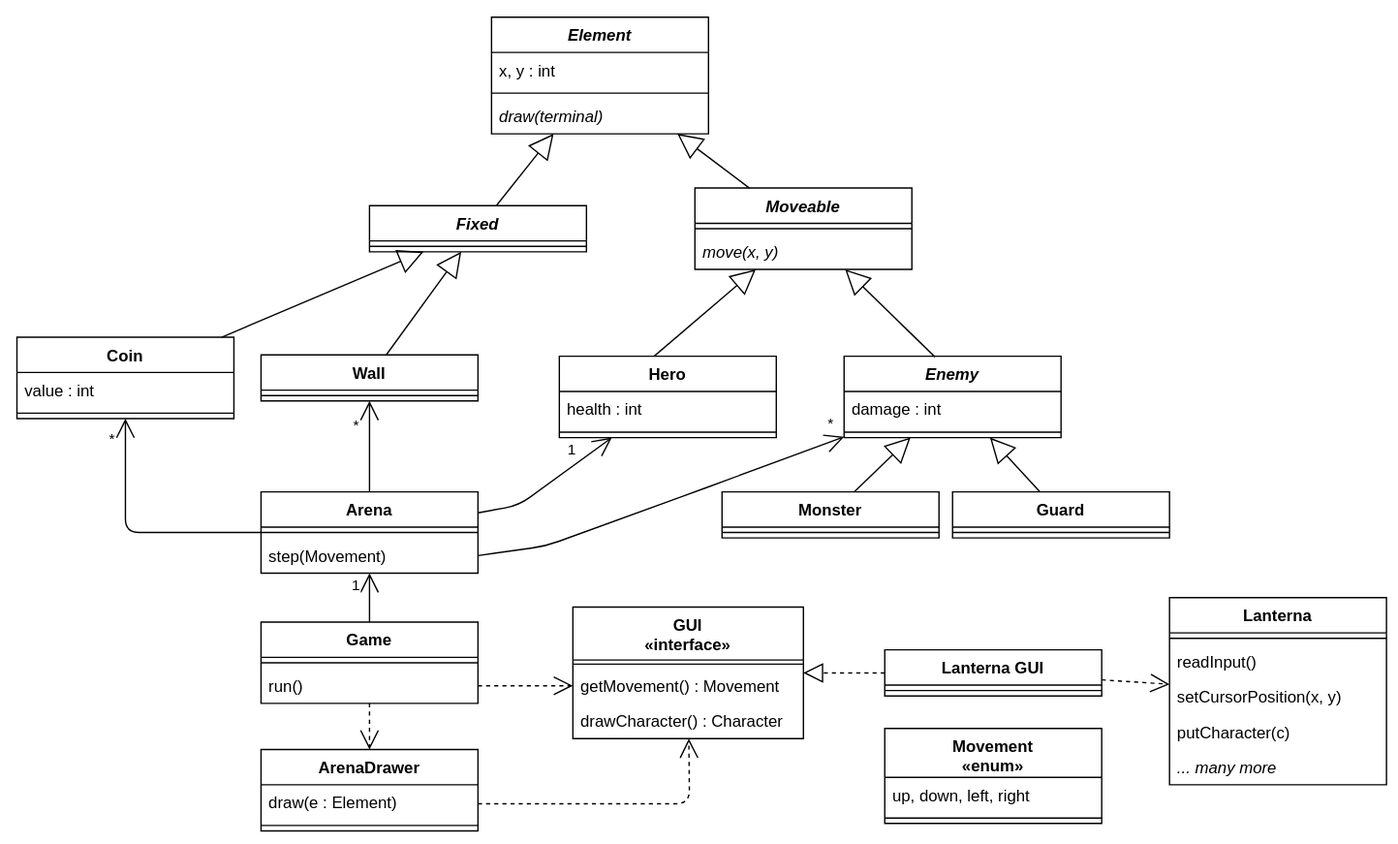
Before: assets/solid/solid-design.svg, a diagram exported from draw.io (arestivo/slides). Source tidied: cells renumbered, new cells last; positions are measured from the earlier drawing's top-left corner, leaving out a move shared by most shapes.
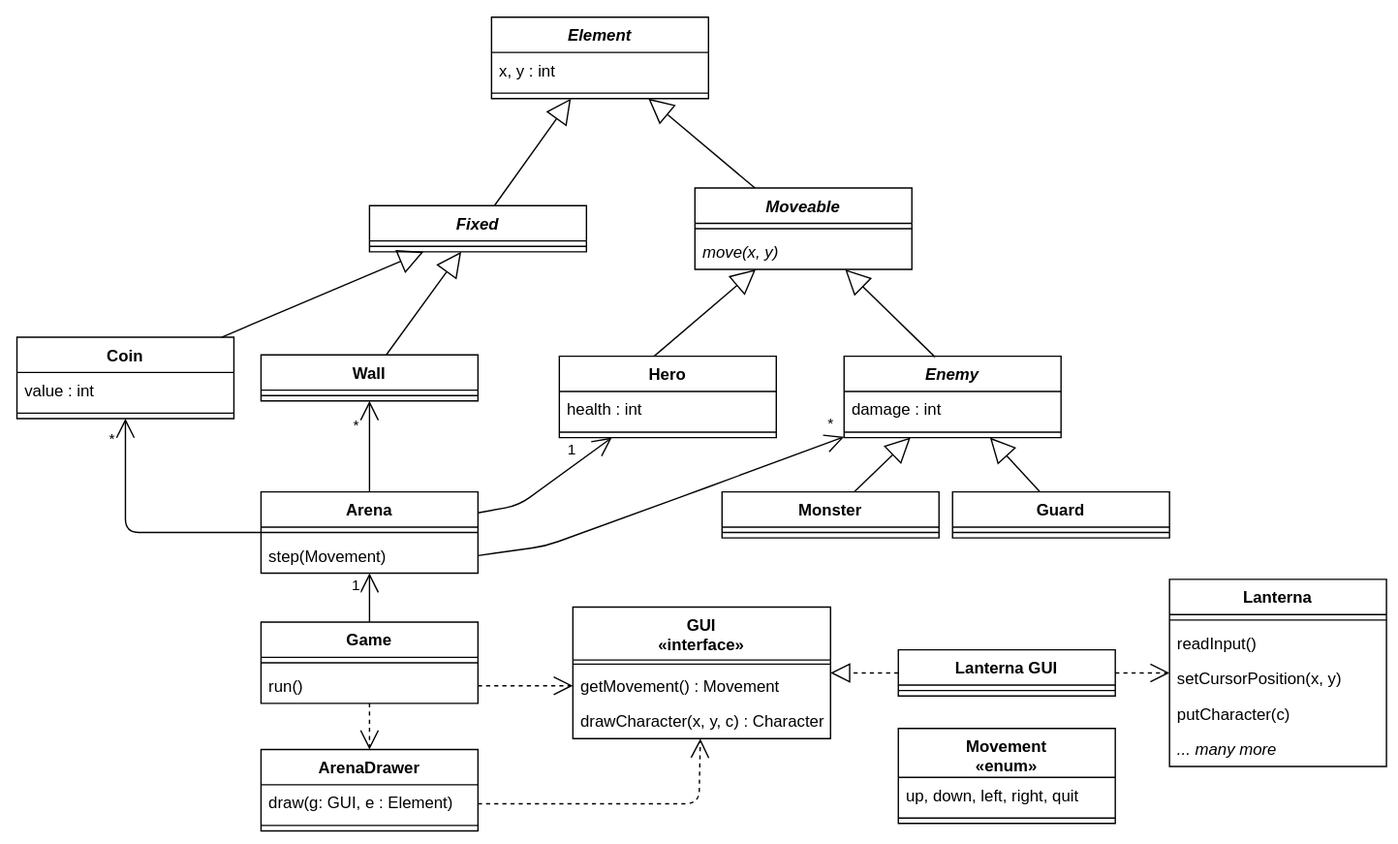
The same file after the commit.

Commit message:
Updated SOLID design

The edit, as a diff of the source:
```diff
@@ -35,3 +35,3 @@
     <mxCell id="12" value="Lanterna" style="swimlane;fontStyle=1;align=center;verticalAlign=top;horizontal=1;startSize=26;" parent="1" vertex="1">
-      <mxGeometry x="850" y="428" width="160" height="138" as="geometry" />
+      <mxGeometry x="850" y="414.5" width="160" height="138" as="geometry" />
     </mxCell>
@@ -77,3 +77,3 @@
     <mxCell id="26" value="Element" style="swimlane;fontStyle=3;align=center;verticalAlign=top;horizontal=1;startSize=26;" parent="1" vertex="1">
-      <mxGeometry x="350" width="160" height="86" as="geometry" />
+      <mxGeometry x="350" width="160" height="60" as="geometry" />
     </mxCell>
@@ -85,83 +85,87 @@
     </mxCell>
-    <mxCell id="29" value="draw(terminal)&#10;" style="text;strokeColor=none;fillColor=none;align=left;verticalAlign=top;spacingLeft=4;spacingRight=4;overflow=hidden;fontStyle=2;" parent="26" vertex="1">
-      <mxGeometry y="60" width="160" height="26" as="geometry" />
+    <mxCell id="29" style="endArrow=block;endSize=16;endFill=0;html=1;strokeColor=#000000;fontColor=#CC0000;" parent="1" edge="1" source="23" target="26">
+      <mxGeometry relative="1" as="geometry" />
     </mxCell>
-    <mxCell id="30" style="endArrow=block;endSize=16;endFill=0;html=1;strokeColor=#000000;fontColor=#CC0000;" parent="1" edge="1" source="23" target="26">
-      <mxGeometry relative="1" as="geometry" />
+    <mxCell id="30" value="Enemy" style="swimlane;fontStyle=3;align=center;verticalAlign=top;horizontal=1;startSize=26;" parent="1" vertex="1">
+      <mxGeometry x="610" y="250" width="160" height="60" as="geometry" />
     </mxCell>
-    <mxCell id="31" value="Enemy" style="swimlane;fontStyle=3;align=center;verticalAlign=top;horizontal=1;startSize=26;" parent="1" vertex="1">
-      <mxGeometry x="610" y="250" width="160" height="60" as="geometry" />
+    <mxCell id="31" value="damage : int" style="text;strokeColor=none;fillColor=none;align=left;verticalAlign=top;spacingLeft=4;spacingRight=4;overflow=hidden;points=[[0,0.5],[1,0.5]];portConstraint=eastwest;" parent="30" vertex="1">
+      <mxGeometry y="26" width="160" height="26" as="geometry" />
     </mxCell>
-    <mxCell id="32" value="damage : int" style="text;strokeColor=none;fillColor=none;align=left;verticalAlign=top;spacingLeft=4;spacingRight=4;overflow=hidden;" parent="31" vertex="1">
-      <mxGeometry y="26" width="160" height="26" as="geometry" />
+    <mxCell id="32" style="line;strokeWidth=1;fillColor=none;align=left;verticalAlign=middle;spacingTop=-1;spacingLeft=3;spacingRight=3;labelPosition=right;" parent="30" vertex="1">
+      <mxGeometry y="52" width="160" height="8" as="geometry" />
     </mxCell>
-    <mxCell id="33" style="line;strokeWidth=1;fillColor=none;align=left;verticalAlign=middle;spacingTop=-1;spacingLeft=3;spacingRight=3;labelPosition=right;" parent="31" vertex="1">
-      <mxGeometry y="52" width="160" height="8" as="geometry" />
+    <mxCell id="33" style="endArrow=block;endSize=16;endFill=0;html=1;strokeColor=#000000;fontColor=#CC0000;" parent="1" edge="1" target="23">
+      <mxGeometry relative="1" as="geometry">
+        <mxPoint x="469.9" y="250" as="sourcePoint" />
+      </mxGeometry>
     </mxCell>
-    <mxCell id="34" style="endArrow=block;endSize=16;endFill=0;html=1;strokeColor=#000000;fontColor=#CC0000;" parent="1" edge="1" target="23">
-      <mxGeometry relative="1" as="geometry">
-        <mxPoint x="469.9" y="250" as="sourcePoint" />
-      </mxGeometry>
+    <mxCell id="34" style="endArrow=block;endSize=16;endFill=0;html=1;strokeColor=#000000;fontColor=#CC0000;exitX=0.419;exitY=0.009;exitDx=0;exitDy=0;exitPerimeter=0;" parent="1" edge="1" source="30" target="23">
+      <mxGeometry relative="1" as="geometry" />
     </mxCell>
-    <mxCell id="35" style="endArrow=block;endSize=16;endFill=0;html=1;strokeColor=#000000;fontColor=#CC0000;exitX=0.419;exitY=0.009;exitDx=0;exitDy=0;exitPerimeter=0;" parent="1" edge="1" source="31" target="23">
+    <mxCell id="35" style="endArrow=block;endSize=16;endFill=0;html=1;strokeColor=#000000;fontColor=#CC0000;" parent="1" edge="1" source="8" target="30">
       <mxGeometry relative="1" as="geometry" />
     </mxCell>
-    <mxCell id="36" style="endArrow=block;endSize=16;endFill=0;html=1;strokeColor=#000000;fontColor=#CC0000;" parent="1" edge="1" source="8" target="31">
+    <mxCell id="36" style="endArrow=block;endSize=16;endFill=0;html=1;strokeColor=#000000;fontColor=#CC0000;" parent="1" edge="1" source="10" target="30">
       <mxGeometry relative="1" as="geometry" />
     </mxCell>
-    <mxCell id="37" style="endArrow=block;endSize=16;endFill=0;html=1;strokeColor=#000000;fontColor=#CC0000;" parent="1" edge="1" source="10" target="31">
-      <mxGeometry relative="1" as="geometry" />
+    <mxCell id="37" value="Fixed" style="swimlane;fontStyle=3;align=center;verticalAlign=top;horizontal=1;startSize=26;" parent="1" vertex="1">
+      <mxGeometry x="260" y="139" width="160" height="34" as="geometry" />
     </mxCell>
-    <mxCell id="38" value="Fixed" style="swimlane;fontStyle=3;align=center;verticalAlign=top;horizontal=1;startSize=26;" parent="1" vertex="1">
-      <mxGeometry x="260" y="139" width="160" height="34" as="geometry" />
+    <mxCell id="38" style="line;strokeWidth=1;fillColor=none;align=left;verticalAlign=middle;spacingTop=-1;spacingLeft=3;spacingRight=3;labelPosition=right;points=[];portConstraint=eastwest;" parent="37" vertex="1">
+      <mxGeometry y="26" width="160" height="8" as="geometry" />
     </mxCell>
-    <mxCell id="39" style="line;strokeWidth=1;fillColor=none;align=left;verticalAlign=middle;spacingTop=-1;spacingLeft=3;spacingRight=3;labelPosition=right;" parent="38" vertex="1">
-      <mxGeometry y="26" width="160" height="8" as="geometry" />
+    <mxCell id="39" style="endArrow=block;endSize=16;endFill=0;html=1;strokeColor=#000000;fontColor=#CC0000;" parent="1" edge="1" source="20" target="37">
+      <mxGeometry relative="1" as="geometry" />
     </mxCell>
-    <mxCell id="40" style="endArrow=block;endSize=16;endFill=0;html=1;strokeColor=#000000;fontColor=#CC0000;" parent="1" edge="1" source="20" target="38">
+    <mxCell id="40" style="endArrow=block;endSize=16;endFill=0;html=1;strokeColor=#000000;fontColor=#CC0000;" parent="1" edge="1" source="18" target="37">
       <mxGeometry relative="1" as="geometry" />
     </mxCell>
-    <mxCell id="41" style="endArrow=block;endSize=16;endFill=0;html=1;strokeColor=#000000;fontColor=#CC0000;" parent="1" edge="1" source="18" target="38">
+    <mxCell id="41" style="endArrow=block;endSize=16;endFill=0;html=1;strokeColor=#000000;fontColor=#CC0000;" parent="1" edge="1" source="37" target="26">
       <mxGeometry relative="1" as="geometry" />
     </mxCell>
-    <mxCell id="42" style="endArrow=block;endSize=16;endFill=0;html=1;strokeColor=#000000;fontColor=#CC0000;" parent="1" edge="1" source="38" target="26">
-      <mxGeometry relative="1" as="geometry" />
+    <mxCell id="42" value="Hero" style="swimlane;fontStyle=1;align=center;verticalAlign=top;horizontal=1;startSize=26;" parent="1" vertex="1">
+      <mxGeometry x="400" y="250" width="160" height="60" as="geometry" />
     </mxCell>
-    <mxCell id="43" value="Hero" style="swimlane;fontStyle=1;align=center;verticalAlign=top;horizontal=1;startSize=26;" parent="1" vertex="1">
-      <mxGeometry x="400" y="250" width="160" height="60" as="geometry" />
+    <mxCell id="43" value="health : int" style="text;strokeColor=none;fillColor=none;align=left;verticalAlign=top;spacingLeft=4;spacingRight=4;overflow=hidden;points=[[0,0.5],[1,0.5]];portConstraint=eastwest;" parent="42" vertex="1">
+      <mxGeometry y="26" width="160" height="26" as="geometry" />
     </mxCell>
-    <mxCell id="44" value="health : int" style="text;strokeColor=none;fillColor=none;align=left;verticalAlign=top;spacingLeft=4;spacingRight=4;overflow=hidden;" parent="43" vertex="1">
-      <mxGeometry y="26" width="160" height="26" as="geometry" />
+    <mxCell id="44" style="line;strokeWidth=1;fillColor=none;align=left;verticalAlign=middle;spacingTop=-1;spacingLeft=3;spacingRight=3;labelPosition=right;" parent="42" vertex="1">
+      <mxGeometry y="52" width="160" height="8" as="geometry" />
     </mxCell>
-    <mxCell id="45" style="line;strokeWidth=1;fillColor=none;align=left;verticalAlign=middle;spacingTop=-1;spacingLeft=3;spacingRight=3;labelPosition=right;points=[];portConstraint=eastwest;" parent="43" vertex="1">
-      <mxGeometry y="52" width="160" height="8" as="geometry" />
+    <mxCell id="45" value="GUI&#10;«interface»" style="swimlane;fontStyle=1;align=center;verticalAlign=top;horizontal=1;startSize=39;" parent="1" vertex="1">
+      <mxGeometry x="410" y="435" width="190" height="97" as="geometry" />
     </mxCell>
-    <mxCell id="46" value="GUI&#10;«interface»" style="swimlane;fontStyle=1;align=center;verticalAlign=top;horizontal=1;startSize=39;" parent="1" vertex="1">
-      <mxGeometry x="410" y="435" width="170" height="97" as="geometry" />
+    <mxCell id="46" style="line;strokeWidth=1;fillColor=none;align=left;verticalAlign=middle;spacingTop=-1;spacingLeft=3;spacingRight=3;labelPosition=right;points=[];portConstraint=eastwest;" parent="45" vertex="1">
+      <mxGeometry y="39" width="190" height="6" as="geometry" />
     </mxCell>
-    <mxCell id="47" style="line;strokeWidth=1;fillColor=none;align=left;verticalAlign=middle;spacingTop=-1;spacingLeft=3;spacingRight=3;labelPosition=right;points=[];portConstraint=eastwest;" parent="46" vertex="1">
-      <mxGeometry y="39" width="170" height="6" as="geometry" />
+    <mxCell id="47" value="getMovement() : Movement" style="text;strokeColor=none;fillColor=none;align=left;verticalAlign=top;spacingLeft=4;spacingRight=4;overflow=hidden;points=[[0,0.5],[1,0.5]];portConstraint=eastwest;" parent="45" vertex="1">
+      <mxGeometry y="45" width="190" height="26" as="geometry" />
     </mxCell>
-    <mxCell id="48" value="getMovement() : Movement" style="text;strokeColor=none;fillColor=none;align=left;verticalAlign=top;spacingLeft=4;spacingRight=4;overflow=hidden;points=[[0,0.5],[1,0.5]];portConstraint=eastwest;" parent="46" vertex="1">
-      <mxGeometry y="45" width="170" height="26" as="geometry" />
+    <mxCell id="48" value="drawCharacter(x, y, c) : Character" style="text;strokeColor=none;fillColor=none;align=left;verticalAlign=top;spacingLeft=4;spacingRight=4;overflow=hidden;points=[[0,0.5],[1,0.5]];portConstraint=eastwest;" parent="45" vertex="1">
+      <mxGeometry y="71" width="190" height="26" as="geometry" />
     </mxCell>
-    <mxCell id="49" value="drawCharacter() : Character" style="text;strokeColor=none;fillColor=none;align=left;verticalAlign=top;spacingLeft=4;spacingRight=4;overflow=hidden;points=[[0,0.5],[1,0.5]];portConstraint=eastwest;" parent="46" vertex="1">
-      <mxGeometry y="71" width="170" height="26" as="geometry" />
+    <mxCell id="49" value="Lanterna GUI" style="swimlane;fontStyle=1;align=center;verticalAlign=top;horizontal=1;startSize=26;" parent="1" vertex="1">
+      <mxGeometry x="650" y="466.5" width="160" height="34" as="geometry" />
     </mxCell>
-    <mxCell id="50" value="Lanterna GUI" style="swimlane;fontStyle=1;align=center;verticalAlign=top;horizontal=1;startSize=26;" parent="1" vertex="1">
-      <mxGeometry x="640" y="466.5" width="160" height="34" as="geometry" />
+    <mxCell id="50" style="line;strokeWidth=1;fillColor=none;align=left;verticalAlign=middle;spacingTop=-1;spacingLeft=3;spacingRight=3;labelPosition=right;points=[];portConstraint=eastwest;" parent="49" vertex="1">
+      <mxGeometry y="26" width="160" height="8" as="geometry" />
     </mxCell>
-    <mxCell id="51" style="line;strokeWidth=1;fillColor=none;align=left;verticalAlign=middle;spacingTop=-1;spacingLeft=3;spacingRight=3;labelPosition=right;" parent="50" vertex="1">
-      <mxGeometry y="26" width="160" height="8" as="geometry" />
+    <mxCell id="51" style="endArrow=block;dashed=1;endFill=0;endSize=12;html=1;strokeColor=#000000;fontColor=#000000;" parent="1" edge="1" source="49" target="45">
+      <mxGeometry relative="1" as="geometry" />
     </mxCell>
-    <mxCell id="52" style="endArrow=block;dashed=1;endFill=0;endSize=12;html=1;strokeColor=#000000;fontColor=#000000;" parent="1" edge="1" source="50" target="46">
+    <mxCell id="52" style="endArrow=open;endSize=12;dashed=1;html=1;strokeColor=#000000;fontColor=#000000;" parent="1" edge="1" source="49" target="12">
       <mxGeometry relative="1" as="geometry" />
     </mxCell>
-    <mxCell id="53" style="endArrow=open;endSize=12;dashed=1;html=1;strokeColor=#000000;fontColor=#000000;" parent="1" edge="1" source="50" target="12">
-      <mxGeometry relative="1" as="geometry" />
+    <mxCell id="53" value="*" style="endArrow=open;endFill=1;endSize=12;html=1;" parent="1" edge="1" source="2" target="20">
+      <mxGeometry x="0.85" y="10" relative="1" as="geometry">
+        <Array as="points">
+          <mxPoint x="80" y="380" />
+        </Array>
+      </mxGeometry>
     </mxCell>
-    <mxCell id="54" value="*" style="endArrow=open;endFill=1;endSize=12;html=1;" parent="1" edge="1" source="2" target="20">
-      <mxGeometry x="0.85" y="10" relative="1" as="geometry">
+    <mxCell id="54" value="*" style="endArrow=open;endFill=1;endSize=12;html=1;" parent="1" edge="1" source="2" target="18">
+      <mxGeometry x="0.49" y="10" relative="1" as="geometry">
         <Array as="points">
-          <mxPoint x="80" y="380" />
+          <mxPoint x="260" y="330" />
         </Array>
@@ -169,6 +173,6 @@
     </mxCell>
-    <mxCell id="55" value="*" style="endArrow=open;endFill=1;endSize=12;html=1;" parent="1" edge="1" source="2" target="18">
+    <mxCell id="55" value="1" style="endArrow=open;endFill=1;endSize=12;html=1;" parent="1" edge="1" source="2" target="42">
       <mxGeometry x="0.49" y="10" relative="1" as="geometry">
         <Array as="points">
-          <mxPoint x="260" y="330" />
+          <mxPoint x="370" y="360" />
         </Array>
@@ -176,6 +180,7 @@
     </mxCell>
-    <mxCell id="56" value="1" style="endArrow=open;endFill=1;endSize=12;html=1;" parent="1" edge="1" source="2" target="43">
-      <mxGeometry x="0.49" y="10" relative="1" as="geometry">
+    <mxCell id="56" value="*" style="endArrow=open;endFill=1;endSize=12;html=1;exitX=1;exitY=0.5;exitDx=0;exitDy=0;" parent="1" edge="1" source="4" target="30">
+      <mxGeometry x="0.96" y="12" relative="1" as="geometry">
         <Array as="points">
-          <mxPoint x="370" y="360" />
+          <mxPoint x="390" y="390" />
+          <mxPoint x="500" y="350" />
         </Array>
@@ -183,44 +188,36 @@
     </mxCell>
-    <mxCell id="57" value="*" style="endArrow=open;endFill=1;endSize=12;html=1;exitX=1;exitY=0.5;exitDx=0;exitDy=0;" parent="1" edge="1" source="4" target="31">
-      <mxGeometry x="0.96" y="12" relative="1" as="geometry">
-        <Array as="points">
-          <mxPoint x="390" y="390" />
-          <mxPoint x="500" y="350" />
-        </Array>
-      </mxGeometry>
+    <mxCell id="57" value="1" style="endArrow=open;endFill=1;endSize=12;html=1;" parent="1" edge="1" source="5" target="2">
+      <mxGeometry x="0.49" y="10" relative="1" as="geometry" />
     </mxCell>
-    <mxCell id="58" value="1" style="endArrow=open;endFill=1;endSize=12;html=1;" parent="1" edge="1" source="5" target="2">
-      <mxGeometry x="0.49" y="10" relative="1" as="geometry" />
+    <mxCell id="58" style="endArrow=open;endSize=12;dashed=1;html=1;strokeColor=#000000;fontColor=#000000;exitX=1;exitY=0.5;exitDx=0;exitDy=0;" parent="1" edge="1" source="7" target="47">
+      <mxGeometry relative="1" as="geometry" />
     </mxCell>
-    <mxCell id="59" style="endArrow=open;endSize=12;dashed=1;html=1;strokeColor=#000000;fontColor=#000000;exitX=1;exitY=0.5;exitDx=0;exitDy=0;" parent="1" edge="1" source="7" target="48">
-      <mxGeometry relative="1" as="geometry" />
+    <mxCell id="59" value="ArenaDrawer" style="swimlane;fontStyle=1;align=center;verticalAlign=top;horizontal=1;startSize=26;" parent="1" vertex="1">
+      <mxGeometry x="180" y="540" width="160" height="60" as="geometry" />
     </mxCell>
-    <mxCell id="60" value="ArenaDrawer" style="swimlane;fontStyle=1;align=center;verticalAlign=top;horizontal=1;startSize=26;" parent="1" vertex="1">
-      <mxGeometry x="180" y="540" width="160" height="60" as="geometry" />
+    <mxCell id="60" value="draw(g: GUI, e : Element)" style="text;strokeColor=none;fillColor=none;align=left;verticalAlign=top;spacingLeft=4;spacingRight=4;overflow=hidden;points=[[0,0.5],[1,0.5]];portConstraint=eastwest;" parent="59" vertex="1">
+      <mxGeometry y="26" width="160" height="26" as="geometry" />
     </mxCell>
-    <mxCell id="61" value="draw(e : Element)" style="text;strokeColor=none;fillColor=none;align=left;verticalAlign=top;spacingLeft=4;spacingRight=4;overflow=hidden;points=[[0,0.5],[1,0.5]];portConstraint=eastwest;" parent="60" vertex="1">
-      <mxGeometry y="26" width="160" height="26" as="geometry" />
+    <mxCell id="61" style="line;strokeWidth=1;fillColor=none;align=left;verticalAlign=middle;spacingTop=-1;spacingLeft=3;spacingRight=3;labelPosition=right;points=[];portConstraint=eastwest;" parent="59" vertex="1">
+      <mxGeometry y="52" width="160" height="8" as="geometry" />
     </mxCell>
-    <mxCell id="62" style="line;strokeWidth=1;fillColor=none;align=left;verticalAlign=middle;spacingTop=-1;spacingLeft=3;spacingRight=3;labelPosition=right;" parent="60" vertex="1">
-      <mxGeometry y="52" width="160" height="8" as="geometry" />
+    <mxCell id="62" style="endArrow=open;endSize=12;dashed=1;html=1;strokeColor=#000000;fontColor=#000000;" parent="1" edge="1" source="5" target="59">
+      <mxGeometry relative="1" as="geometry" />
     </mxCell>
-    <mxCell id="63" style="endArrow=open;endSize=12;dashed=1;html=1;strokeColor=#000000;fontColor=#000000;" parent="1" edge="1" source="5" target="60">
-      <mxGeometry relative="1" as="geometry" />
+    <mxCell id="63" style="endArrow=open;endSize=12;dashed=1;html=1;strokeColor=#000000;fontColor=#000000;exitX=1;exitY=0.538;exitDx=0;exitDy=0;exitPerimeter=0;" parent="1" edge="1" source="60" target="45">
+      <mxGeometry relative="1" as="geometry">
+        <Array as="points">
+          <mxPoint x="503" y="580" />
+        </Array>
+      </mxGeometry>
     </mxCell>
-    <mxCell id="64" style="endArrow=open;endSize=12;dashed=1;html=1;strokeColor=#000000;fontColor=#000000;exitX=1;exitY=0.538;exitDx=0;exitDy=0;exitPerimeter=0;" parent="1" edge="1" source="61" target="46">
-      <mxGeometry relative="1" as="geometry">
-        <Array as="points">
-          <mxPoint x="496" y="580" />
-        </Array>
-      </mxGeometry>
+    <mxCell id="64" value="Movement&#10;«enum»" style="swimlane;fontStyle=1;align=center;verticalAlign=top;horizontal=1;startSize=36;" parent="1" vertex="1">
+      <mxGeometry x="650" y="524.5" width="160" height="70" as="geometry" />
     </mxCell>
-    <mxCell id="65" value="Movement&#10;«enum»" style="swimlane;fontStyle=1;align=center;verticalAlign=top;horizontal=1;startSize=36;" parent="1" vertex="1">
-      <mxGeometry x="640" y="524.5" width="160" height="70" as="geometry" />
+    <mxCell id="65" value="up, down, left, right, quit" style="text;strokeColor=none;fillColor=none;align=left;verticalAlign=top;spacingLeft=4;spacingRight=4;overflow=hidden;" parent="64" vertex="1">
+      <mxGeometry y="36" width="160" height="26" as="geometry" />
     </mxCell>
-    <mxCell id="66" value="up, down, left, right" style="text;strokeColor=none;fillColor=none;align=left;verticalAlign=top;spacingLeft=4;spacingRight=4;overflow=hidden;" parent="65" vertex="1">
-      <mxGeometry y="36" width="160" height="26" as="geometry" />
+    <mxCell id="66" style="line;strokeWidth=1;fillColor=none;align=left;verticalAlign=middle;spacingTop=-1;spacingLeft=3;spacingRight=3;labelPosition=right;" parent="64" vertex="1">
+      <mxGeometry y="62" width="160" height="8" as="geometry" />
     </mxCell>
-    <mxCell id="67" style="line;strokeWidth=1;fillColor=none;align=left;verticalAlign=middle;spacingTop=-1;spacingLeft=3;spacingRight=3;labelPosition=right;" parent="65" vertex="1">
-      <mxGeometry y="62" width="160" height="8" as="geometry" />
-    </mxCell>
   </root>
```
